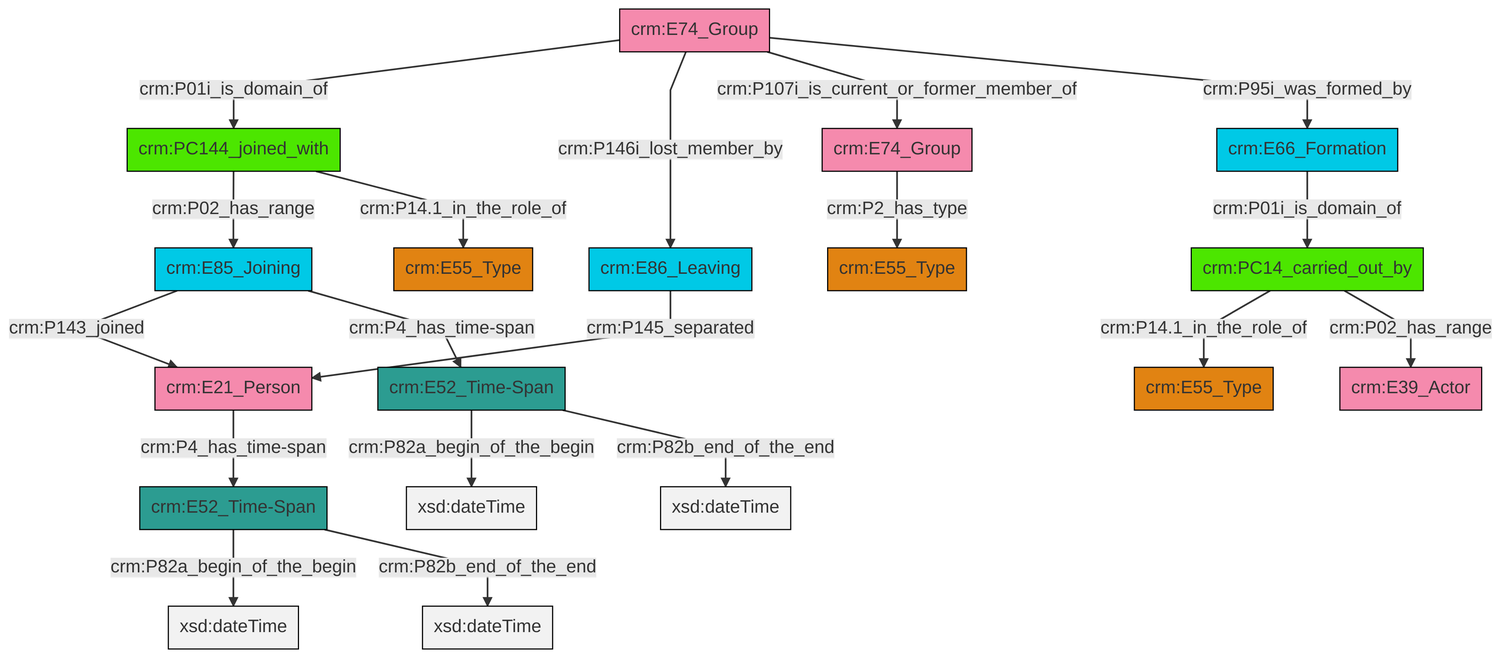
Earlier version of the Mermaid export et/groupCSV/ttl/mmd/png/group_actor_relations.png (swiss-art-research-net/docs.swissartresearch). Its source is kept beside it as et/groupCSV/ttl/mmd/group_actor_relations.ttl.mmd.
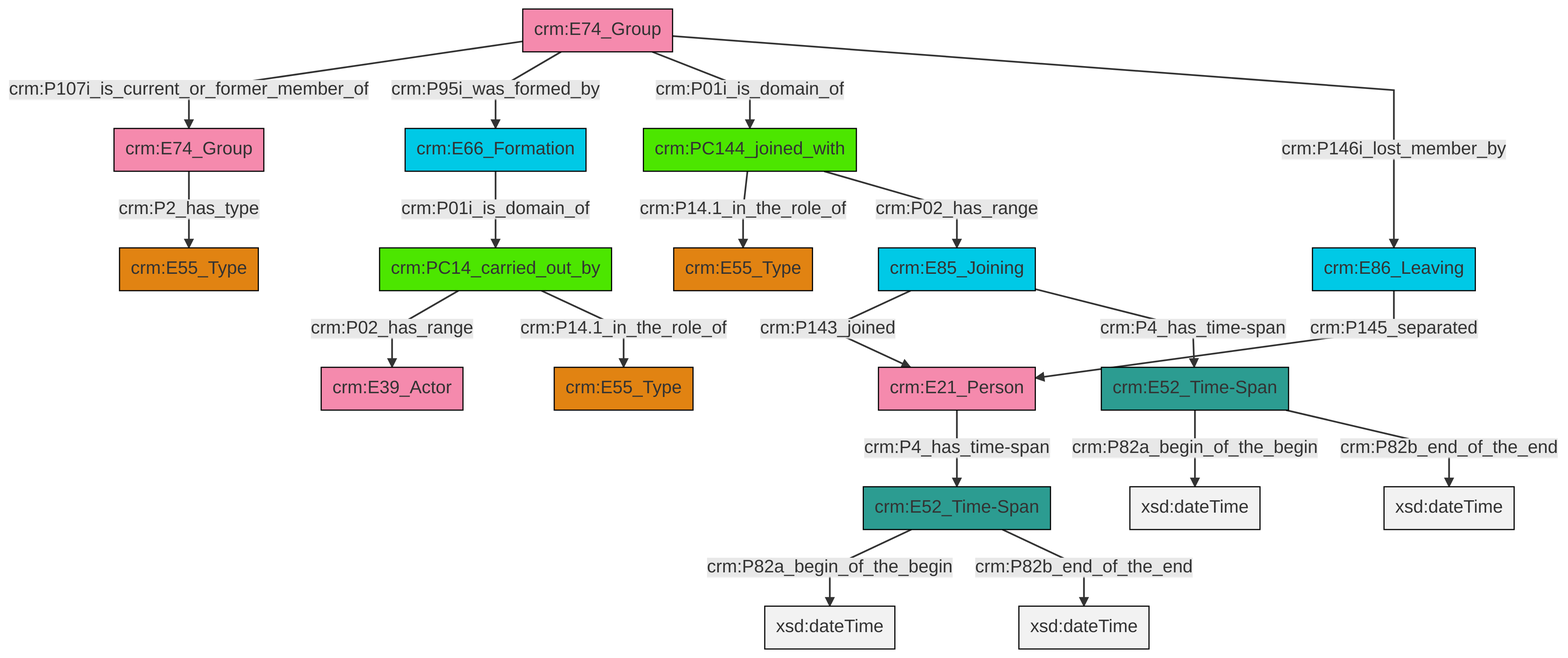
Above is the later version.

Diff of the diagram source:
```diff
@@ -13,21 +13,21 @@
 classDef PC_Classes fill:#4ce600, stroke:#000000;
 classDef Multi fill:#cccccc,stroke:#000000;
 
-0["crm:E74_Group"]:::Actor -->|crm:P01i_is_domain_of| 1["crm:PC144_joined_with"]:::PC_Classes
-2["crm:E52_Time-Span"]:::Time-Span -->|crm:P82a_begin_of_the_begin| 3[xsd:dateTime]:::Literal
-0["crm:E74_Group"]:::Actor -->|crm:P146i_lost_member_by| 6["crm:E86_Leaving"]:::Temporal_Entity
-11["crm:E85_Joining"]:::Temporal_Entity -->|crm:P143_joined| 12["crm:E21_Person"]:::Actor
-1["crm:PC144_joined_with"]:::PC_Classes -->|crm:P02_has_range| 11["crm:E85_Joining"]:::Temporal_Entity
-11["crm:E85_Joining"]:::Temporal_Entity -->|crm:P4_has_time-span| 19["crm:E52_Time-Span"]:::Time-Span
-6["crm:E86_Leaving"]:::Temporal_Entity -->|crm:P145_separated| 12["crm:E21_Person"]:::Actor
-19["crm:E52_Time-Span"]:::Time-Span -->|crm:P82a_begin_of_the_begin| 22[xsd:dateTime]:::Literal
-24["crm:PC14_carried_out_by"]:::PC_Classes -->|crm:P14.1_in_the_role_of| 4["crm:E55_Type"]:::Type
-12["crm:E21_Person"]:::Actor -->|crm:P4_has_time-span| 2["crm:E52_Time-Span"]:::Time-Span
-19["crm:E52_Time-Span"]:::Time-Span -->|crm:P82b_end_of_the_end| 30[xsd:dateTime]:::Literal
-20["crm:E66_Formation"]:::Temporal_Entity -->|crm:P01i_is_domain_of| 24["crm:PC14_carried_out_by"]:::PC_Classes
-0["crm:E74_Group"]:::Actor -->|crm:P107i_is_current_or_former_member_of| 9["crm:E74_Group"]:::Actor
-0["crm:E74_Group"]:::Actor -->|crm:P95i_was_formed_by| 20["crm:E66_Formation"]:::Temporal_Entity
-24["crm:PC14_carried_out_by"]:::PC_Classes -->|crm:P02_has_range| 27["crm:E39_Actor"]:::Actor
-1["crm:PC144_joined_with"]:::PC_Classes -->|crm:P14.1_in_the_role_of| 16["crm:E55_Type"]:::Type
-9["crm:E74_Group"]:::Actor -->|crm:P2_has_type| 7["crm:E55_Type"]:::Type
-2["crm:E52_Time-Span"]:::Time-Span -->|crm:P82b_end_of_the_end| 34[xsd:dateTime]:::Literal
+6["crm:PC144_joined_with"]:::PC_Classes -->|crm:P14.1_in_the_role_of| 4["crm:E55_Type"]:::Type
+7["crm:PC14_carried_out_by"]:::PC_Classes -->|crm:P02_has_range| 8["crm:E39_Actor"]:::Actor
+9["crm:E74_Group"]:::Actor -->|crm:P107i_is_current_or_former_member_of| 10["crm:E74_Group"]:::Actor
+7["crm:PC14_carried_out_by"]:::PC_Classes -->|crm:P14.1_in_the_role_of| 11["crm:E55_Type"]:::Type
+12["crm:E52_Time-Span"]:::Time-Span -->|crm:P82a_begin_of_the_begin| 14[xsd:dateTime]:::Literal
+12["crm:E52_Time-Span"]:::Time-Span -->|crm:P82b_end_of_the_end| 15[xsd:dateTime]:::Literal
+10["crm:E74_Group"]:::Actor -->|crm:P2_has_type| 0["crm:E55_Type"]:::Type
+22["crm:E66_Formation"]:::Temporal_Entity -->|crm:P01i_is_domain_of| 7["crm:PC14_carried_out_by"]:::PC_Classes
+9["crm:E74_Group"]:::Actor -->|crm:P95i_was_formed_by| 22["crm:E66_Formation"]:::Temporal_Entity
+2["crm:E21_Person"]:::Actor -->|crm:P4_has_time-span| 12["crm:E52_Time-Span"]:::Time-Span
+20["crm:E86_Leaving"]:::Temporal_Entity -->|crm:P145_separated| 2["crm:E21_Person"]:::Actor
+9["crm:E74_Group"]:::Actor -->|crm:P01i_is_domain_of| 6["crm:PC144_joined_with"]:::PC_Classes
+9["crm:E74_Group"]:::Actor -->|crm:P146i_lost_member_by| 20["crm:E86_Leaving"]:::Temporal_Entity
+6["crm:PC144_joined_with"]:::PC_Classes -->|crm:P02_has_range| 26["crm:E85_Joining"]:::Temporal_Entity
+26["crm:E85_Joining"]:::Temporal_Entity -->|crm:P143_joined| 2["crm:E21_Person"]:::Actor
+24["crm:E52_Time-Span"]:::Time-Span -->|crm:P82a_begin_of_the_begin| 32[xsd:dateTime]:::Literal
+24["crm:E52_Time-Span"]:::Time-Span -->|crm:P82b_end_of_the_end| 33[xsd:dateTime]:::Literal
+26["crm:E85_Joining"]:::Temporal_Entity -->|crm:P4_has_time-span| 24["crm:E52_Time-Span"]:::Time-Span
```
